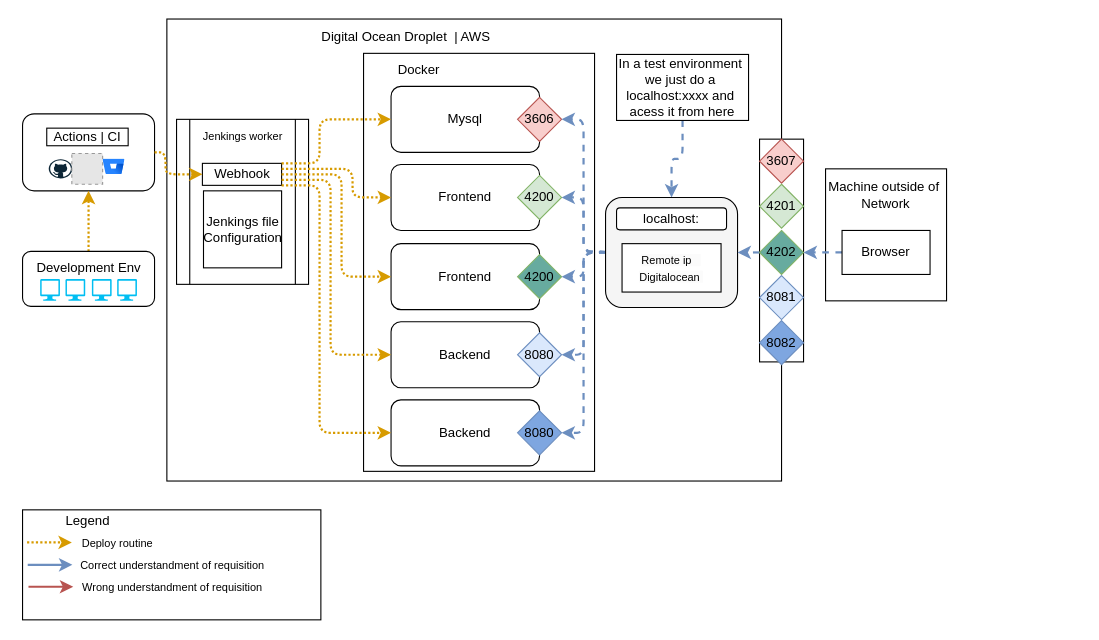
Earlier version of the draw.io diagram teste.drawio (ArturArtimonte/diagrans). Source tidied: cells renumbered, new cells numbered last; positions are measured from the earlier drawing's top-left corner, leaving out a move shared by most shapes. Both pictures are drawn from the tidied source at 110%, with x=0, y=0 at pixel (22, 19). Pictures stored in the file or linked from it are replaced by grey dashed boxes.
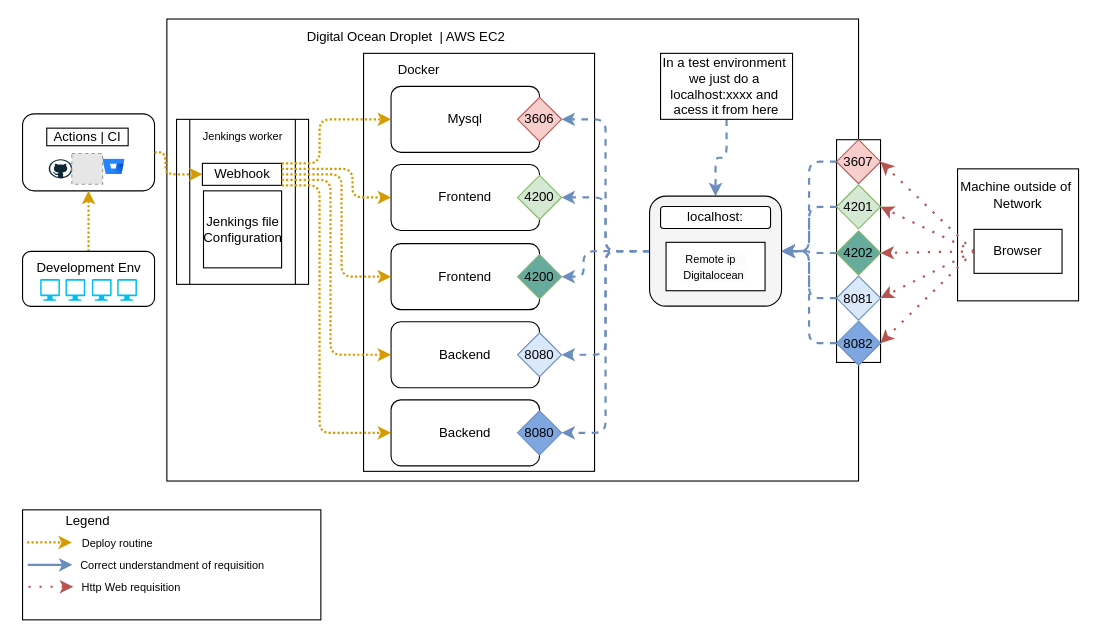
Above is the later version.

What changed in the source:
```diff
@@
     <mxCell id="2" style="rounded=0;whiteSpace=wrap;html=1;" parent="1" vertex="1">
-      <mxGeometry x="131.2" y="-0.2" width="558.8" height="420" as="geometry" />
+      <mxGeometry x="131.2" y="-0.2" width="628.8" height="420" as="geometry" />
     </mxCell>
     <mxCell id="3" style="rounded=0;whiteSpace=wrap;html=1;" parent="1" vertex="1">
-      <mxGeometry x="670" y="109" width="40" height="202.5" as="geometry" />
+      <mxGeometry x="740" y="109.5" width="40" height="202.5" as="geometry" />
     </mxCell>
     <mxCell id="4" value="Machine outside of&amp;nbsp;&lt;br&gt;Network&lt;br&gt;&lt;br&gt;&lt;br&gt;&lt;br&gt;&lt;br&gt;&lt;br&gt;" style="rounded=0;whiteSpace=wrap;html=1;" parent="1" vertex="1">
-      <mxGeometry x="730" y="136" width="110" height="120" as="geometry" />
+      <mxGeometry x="850" y="136" width="110" height="120" as="geometry" />
     </mxCell>
-    <mxCell id="5" value="Digital Ocean Droplet&amp;nbsp; | AWS&amp;nbsp;" style="text;html=1;align=center;verticalAlign=middle;strokeColor=none;fillColor=none;" parent="1" vertex="1">
-      <mxGeometry x="260" y="1" width="180" height="30" as="geometry" />
+    <mxCell id="5" value="Digital Ocean Droplet&amp;nbsp; | AWS EC2&amp;nbsp;" style="text;html=1;align=center;verticalAlign=middle;strokeColor=none;fillColor=none;" parent="1" vertex="1">
+      <mxGeometry x="245" y="1" width="210" height="30" as="geometry" />
     </mxCell>
@@
     <mxCell id="15" value="In a test environment&amp;nbsp;&lt;br&gt;we just do a&amp;nbsp;&lt;br&gt;localhost:xxxx and&amp;nbsp;&lt;br&gt;acess it from here" style="rounded=0;whiteSpace=wrap;html=1;" parent="1" vertex="1">
-      <mxGeometry x="540" y="32" width="120" height="60" as="geometry" />
+      <mxGeometry x="580" y="31" width="120" height="60" as="geometry" />
     </mxCell>
+    <mxCell id="66" style="rounded=0;jettySize=auto;html=1;exitX=0;exitY=0.5;exitDx=0;exitDy=0;entryX=1;entryY=0.5;entryDx=0;entryDy=0;fillColor=#f8cecc;strokeColor=#b85450;strokeWidth=2;dashed=1;dashPattern=1 4;noJump=0;flowAnimation=1;" parent="1" edge="1" source="17" target="60">
+      <mxGeometry relative="1" as="geometry" />
+    </mxCell>
+    <mxCell id="67" style="rounded=0;jettySize=auto;html=1;exitX=0;exitY=0.5;exitDx=0;exitDy=0;entryX=1;entryY=0.5;entryDx=0;entryDy=0;fillColor=#f8cecc;strokeColor=#b85450;strokeWidth=2;dashed=1;dashPattern=1 4;noJump=0;flowAnimation=1;" parent="1" edge="1" source="17" target="61">
+      <mxGeometry relative="1" as="geometry" />
+    </mxCell>
-    <mxCell id="16" style="edgeStyle=orthogonalEdgeStyle;rounded=1;jettySize=auto;html=1;exitX=0;exitY=0.5;exitDx=0;exitDy=0;entryX=1;entryY=0.5;entryDx=0;entryDy=0;flowAnimation=1;fillColor=#dae8fc;strokeColor=#6c8ebf;strokeWidth=2;dashed=1;" parent="1" edge="1" source="17" target="65">
+    <mxCell id="16" style="rounded=0;jettySize=auto;html=1;exitX=0;exitY=0.5;exitDx=0;exitDy=0;entryX=1;entryY=0.5;entryDx=0;entryDy=0;fillColor=#f8cecc;strokeColor=#b85450;strokeWidth=2;dashed=1;dashPattern=1 4;noJump=0;flowAnimation=1;" parent="1" edge="1" source="17" target="65">
       <mxGeometry relative="1" as="geometry" />
     </mxCell>
+    <mxCell id="68" style="rounded=0;jettySize=auto;html=1;exitX=0;exitY=0.5;exitDx=0;exitDy=0;entryX=1;entryY=0.5;entryDx=0;entryDy=0;fillColor=#f8cecc;strokeColor=#b85450;strokeWidth=2;dashed=1;dashPattern=1 4;noJump=0;flowAnimation=1;" parent="1" edge="1" source="17" target="63">
+      <mxGeometry relative="1" as="geometry" />
+    </mxCell>
     <mxCell id="17" value="Browser" style="rounded=0;whiteSpace=wrap;html=1;" parent="1" vertex="1">
-      <mxGeometry x="745" y="192" width="80" height="40" as="geometry" />
+      <mxGeometry x="865" y="191" width="80" height="40" as="geometry" />
     </mxCell>
@@
-    <mxCell id="34" style="endArrow=classic;html=1;rounded=0;fillColor=#f8cecc;strokeColor=#b85450;strokeWidth=2;" parent="1" edge="1">
+    <mxCell id="34" style="endArrow=classic;html=1;rounded=0;fillColor=#f8cecc;strokeColor=#b85450;strokeWidth=2;dashed=1;dashPattern=1 4;flowAnimation=1;" parent="1" edge="1">
       <mxGeometry relative="1" as="geometry">
         <mxPoint x="5.4" y="515.9" as="sourcePoint" />
         <mxPoint x="46.1" y="515.9" as="targetPoint" />
       </mxGeometry>
     </mxCell>
@@
-    <mxCell id="36" value="Wrong understandment of requisition" style="text;html=1;align=center;verticalAlign=middle;strokeColor=none;fillColor=none;fontSize=10;" parent="1" vertex="1">
+    <mxCell id="36" value="Http Web requisition&amp;nbsp; &amp;nbsp; &amp;nbsp; &amp;nbsp; &amp;nbsp; &amp;nbsp; &amp;nbsp; &amp;nbsp; &amp;nbsp; &amp;nbsp; &amp;nbsp; &amp;nbsp; &amp;nbsp; &amp;nbsp;" style="text;html=1;align=center;verticalAlign=middle;strokeColor=none;fillColor=none;fontSize=10;" parent="1" vertex="1">
       <mxGeometry x="41.2" y="501" width="190" height="30" as="geometry" />
     </mxCell>
@@
     <mxCell id="57" style="rounded=1;whiteSpace=wrap;html=1;fillColor=#f5f5f5;fontColor=#333333;strokeColor=default;strokeWidth=1;" parent="1" vertex="1">
-      <mxGeometry x="530" y="162" width="120" height="100" as="geometry" />
+      <mxGeometry x="570" y="160.8" width="120" height="100" as="geometry" />
     </mxCell>
     <mxCell id="58" value="localhost:" style="rounded=1;whiteSpace=wrap;html=1;" parent="1" vertex="1">
-      <mxGeometry x="540" y="171.5" width="100" height="20" as="geometry" />
+      <mxGeometry x="580" y="170.2" width="100" height="20" as="geometry" />
     </mxCell>
     <mxCell id="59" value="&lt;span style=&quot;color: rgb(0, 0, 0); font-family: Helvetica; font-size: 10px; font-style: normal; font-variant-ligatures: normal; font-variant-caps: normal; font-weight: 400; letter-spacing: normal; orphans: 2; text-align: center; text-indent: 0px; text-transform: none; widows: 2; word-spacing: 0px; -webkit-text-stroke-width: 0px; background-color: rgb(251, 251, 251); text-decoration-thickness: initial; text-decoration-style: initial; text-decoration-color: initial; float: none; display: inline !important;&quot;&gt;Remote ip&amp;nbsp; &amp;nbsp;&lt;/span&gt;&lt;br style=&quot;border-color: var(--border-color); color: rgb(0, 0, 0); font-family: Helvetica; font-size: 10px; font-style: normal; font-variant-ligatures: normal; font-variant-caps: normal; font-weight: 400; letter-spacing: normal; orphans: 2; text-align: center; text-indent: 0px; text-transform: none; widows: 2; word-spacing: 0px; -webkit-text-stroke-width: 0px; background-color: rgb(251, 251, 251); text-decoration-thickness: initial; text-decoration-style: initial; text-decoration-color: initial;&quot;&gt;&lt;span style=&quot;color: rgb(0, 0, 0); font-family: Helvetica; font-size: 10px; font-style: normal; font-variant-ligatures: normal; font-variant-caps: normal; font-weight: 400; letter-spacing: normal; orphans: 2; text-align: center; text-indent: 0px; text-transform: none; widows: 2; word-spacing: 0px; -webkit-text-stroke-width: 0px; background-color: rgb(251, 251, 251); text-decoration-thickness: initial; text-decoration-style: initial; text-decoration-color: initial; float: none; display: inline !important;&quot;&gt;Digitalocean&amp;nbsp;&lt;/span&gt;" style="whiteSpace=wrap;html=1;" parent="1" vertex="1">
-      <mxGeometry x="545" y="204" width="90" height="44" as="geometry" />
+      <mxGeometry x="585" y="202.8" width="90" height="44" as="geometry" />
     </mxCell>
+    <mxCell id="69" style="edgeStyle=orthogonalEdgeStyle;rounded=1;jettySize=auto;html=1;exitX=0;exitY=0.5;exitDx=0;exitDy=0;entryX=1;entryY=0.5;entryDx=0;entryDy=0;fillColor=#dae8fc;strokeColor=#6c8ebf;dashed=1;strokeWidth=2;flowAnimation=1;" parent="1" edge="1" source="60" target="57">
+      <mxGeometry relative="1" as="geometry" />
+    </mxCell>
     <mxCell id="60" value="3607" style="rhombus;whiteSpace=wrap;html=1;fillColor=#f8cecc;strokeColor=#b85450;" parent="1" vertex="1">
-      <mxGeometry x="670" y="109" width="40" height="40" as="geometry" />
+      <mxGeometry x="740" y="109.5" width="40" height="40" as="geometry" />
     </mxCell>
+    <mxCell id="70" style="edgeStyle=orthogonalEdgeStyle;rounded=1;jettySize=auto;html=1;exitX=0;exitY=0.5;exitDx=0;exitDy=0;entryX=1;entryY=0.5;entryDx=0;entryDy=0;fillColor=#dae8fc;strokeColor=#6c8ebf;dashed=1;strokeWidth=2;flowAnimation=1;" parent="1" edge="1" source="61" target="57">
+      <mxGeometry relative="1" as="geometry" />
+    </mxCell>
     <mxCell id="61" value="4201" style="rhombus;whiteSpace=wrap;html=1;fillColor=#d5e8d4;strokeColor=#82b366;" parent="1" vertex="1">
-      <mxGeometry x="670" y="150" width="40" height="40" as="geometry" />
+      <mxGeometry x="740" y="150.5" width="40" height="40" as="geometry" />
     </mxCell>
+    <mxCell id="71" style="edgeStyle=orthogonalEdgeStyle;rounded=1;jettySize=auto;html=1;exitX=0;exitY=0.5;exitDx=0;exitDy=0;entryX=1;entryY=0.5;entryDx=0;entryDy=0;fillColor=#dae8fc;strokeColor=#6c8ebf;dashed=1;strokeWidth=2;flowAnimation=1;" parent="1" edge="1" source="62" target="57">
+      <mxGeometry relative="1" as="geometry" />
+    </mxCell>
     <mxCell id="62" value="8081" style="rhombus;whiteSpace=wrap;html=1;fillColor=#dae8fc;strokeColor=#6c8ebf;" parent="1" vertex="1">
-      <mxGeometry x="670" y="233" width="40" height="40" as="geometry" />
+      <mxGeometry x="740" y="233.5" width="40" height="40" as="geometry" />
     </mxCell>
+    <mxCell id="72" style="edgeStyle=orthogonalEdgeStyle;rounded=1;jettySize=auto;html=1;exitX=0;exitY=0.5;exitDx=0;exitDy=0;entryX=1;entryY=0.5;entryDx=0;entryDy=0;fillColor=#dae8fc;strokeColor=#6c8ebf;dashed=1;strokeWidth=2;flowAnimation=1;" parent="1" edge="1" source="63" target="57">
+      <mxGeometry relative="1" as="geometry" />
+    </mxCell>
     <mxCell id="63" value="8082" style="rhombus;whiteSpace=wrap;html=1;fillColor=#7EA6E0;strokeColor=#6c8ebf;" parent="1" vertex="1">
-      <mxGeometry x="670" y="274" width="40" height="40" as="geometry" />
+      <mxGeometry x="740" y="274.5" width="40" height="40" as="geometry" />
     </mxCell>
-    <mxCell id="64" style="edgeStyle=orthogonalEdgeStyle;rounded=1;jettySize=auto;html=1;exitX=0;exitY=0.5;exitDx=0;exitDy=0;entryX=1;entryY=0.5;entryDx=0;entryDy=0;flowAnimation=1;fillColor=#dae8fc;strokeColor=#6c8ebf;strokeWidth=2;dashed=1;" parent="1" edge="1" source="65" target="57">
+    <mxCell id="64" style="edgeStyle=orthogonalEdgeStyle;rounded=1;jettySize=auto;html=1;exitX=0;exitY=0.5;exitDx=0;exitDy=0;entryX=1;entryY=0.5;entryDx=0;entryDy=0;fillColor=#dae8fc;strokeColor=#6c8ebf;dashed=1;strokeWidth=2;flowAnimation=1;" parent="1" edge="1" source="65" target="57">
       <mxGeometry relative="1" as="geometry" />
     </mxCell>
     <mxCell id="65" value="4202" style="rhombus;whiteSpace=wrap;html=1;fillColor=#67AB9F;strokeColor=#82b366;" parent="1" vertex="1">
-      <mxGeometry x="670" y="192" width="40" height="40" as="geometry" />
+      <mxGeometry x="740" y="192.5" width="40" height="40" as="geometry" />
     </mxCell>
+    <mxCell id="73" style="rounded=0;jettySize=auto;html=1;exitX=0;exitY=0.5;exitDx=0;exitDy=0;entryX=1;entryY=0.5;entryDx=0;entryDy=0;fillColor=#f8cecc;strokeColor=#b85450;strokeWidth=2;dashed=1;dashPattern=1 4;noJump=0;flowAnimation=1;" parent="1" edge="1" source="17" target="62">
+      <mxGeometry relative="1" as="geometry" />
+    </mxCell>
```
